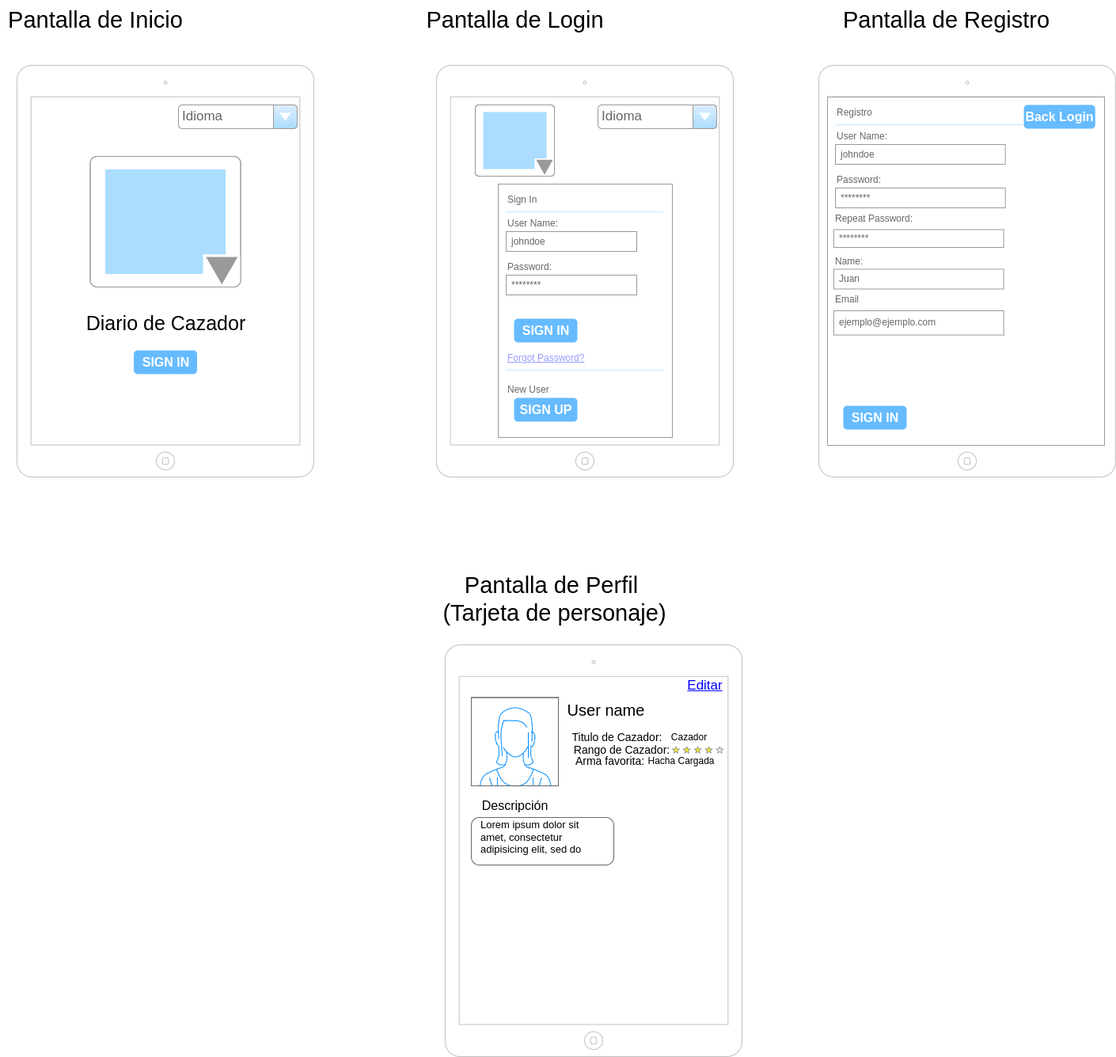
eduardosmoralesglez/diario-del-cazador-mhw keeps this draw.io diagram as images/Pantallas.png. Above is the earlier version. Source tidied: cells renumbered, new cells last; positions are measured from the earlier drawing's top-left corner, leaving out a move shared by most shapes.
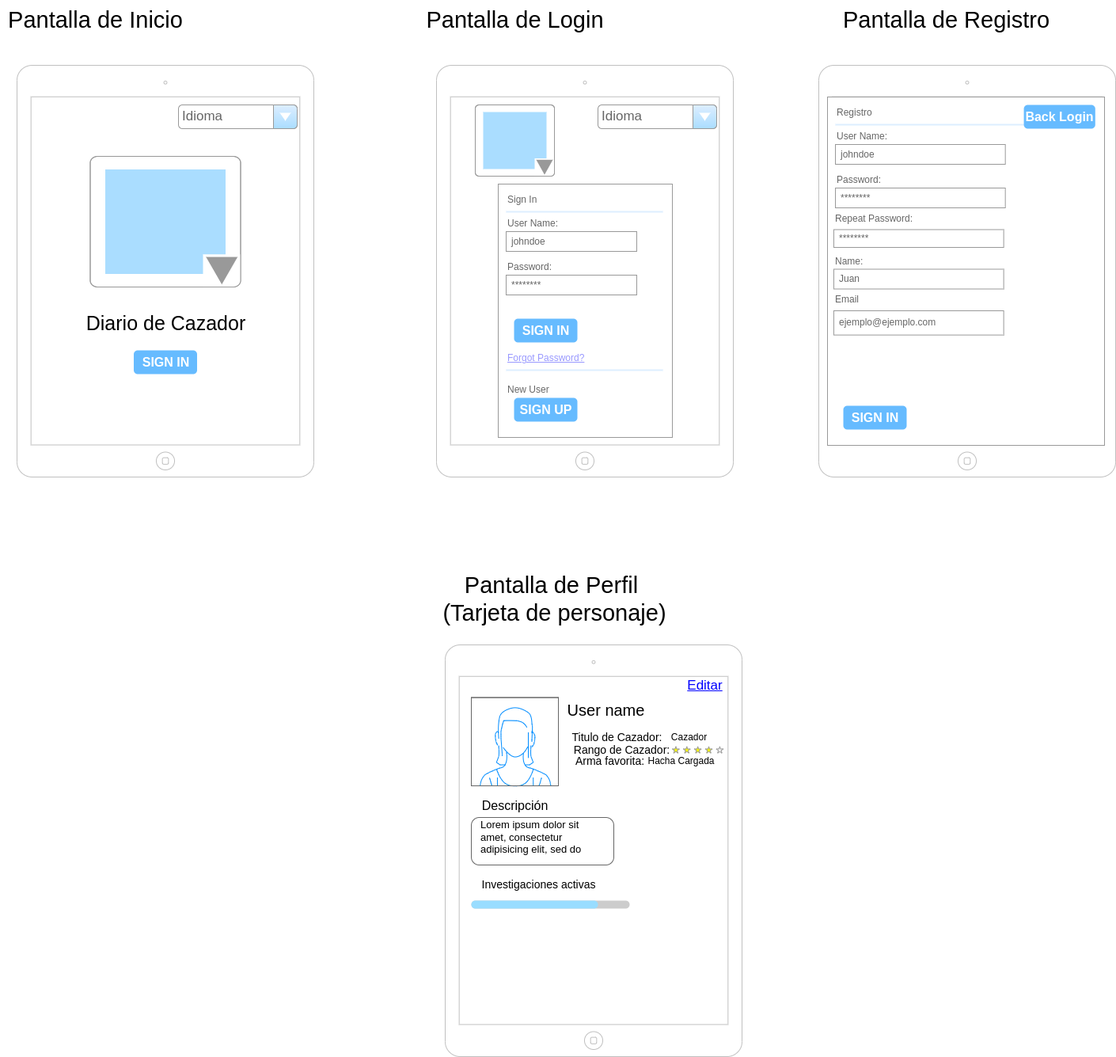
The same diagram one commit later.

The edit, as a diff of the source:
```diff
@@ -205,5 +205,11 @@
     <mxCell id="56" value="Hacha Cargada" style="text;html=1;align=center;verticalAlign=middle;strokeColor=none;fillColor=none;" parent="1" vertex="1">
       <mxGeometry x="805" y="945.5" width="110" height="30" as="geometry" />
     </mxCell>
+    <mxCell id="57" style="verticalLabelPosition=bottom;shadow=0;dashed=0;align=center;html=1;verticalAlign=top;strokeWidth=1;shape=mxgraph.mockup.misc.progressBar;fillColor=#cccccc;strokeColor=none;fillColor2=#99ddff;barPos=80;" parent="1" vertex="1">
+      <mxGeometry x="595" y="1132" width="200" height="20" as="geometry" />
+    </mxCell>
+    <mxCell id="58" value="&lt;font style=&quot;font-size: 14px;&quot;&gt;Investigaciones activas&lt;/font&gt;" style="text;html=1;align=center;verticalAlign=middle;strokeColor=none;fillColor=none;" parent="1" vertex="1">
+      <mxGeometry x="595" y="1102" width="170" height="30" as="geometry" />
+    </mxCell>
   </root>
 </mxGraphModel>
```
